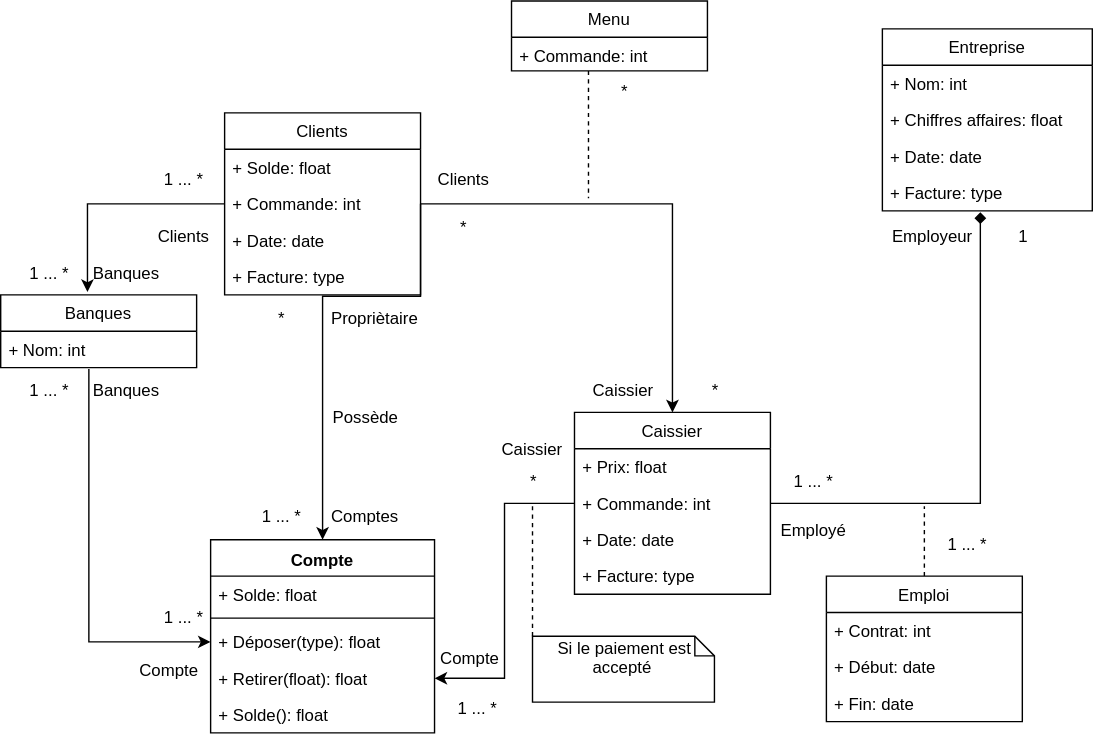
Above: andhanouni/Usecase_diagramme_de_classe.svg in tagouth/GSI-AVUN_18-20 (draw.io), before the change. Source tidied: cells renumbered, new cells last; positions are measured from the earlier drawing's top-left corner, leaving out a move shared by most shapes.
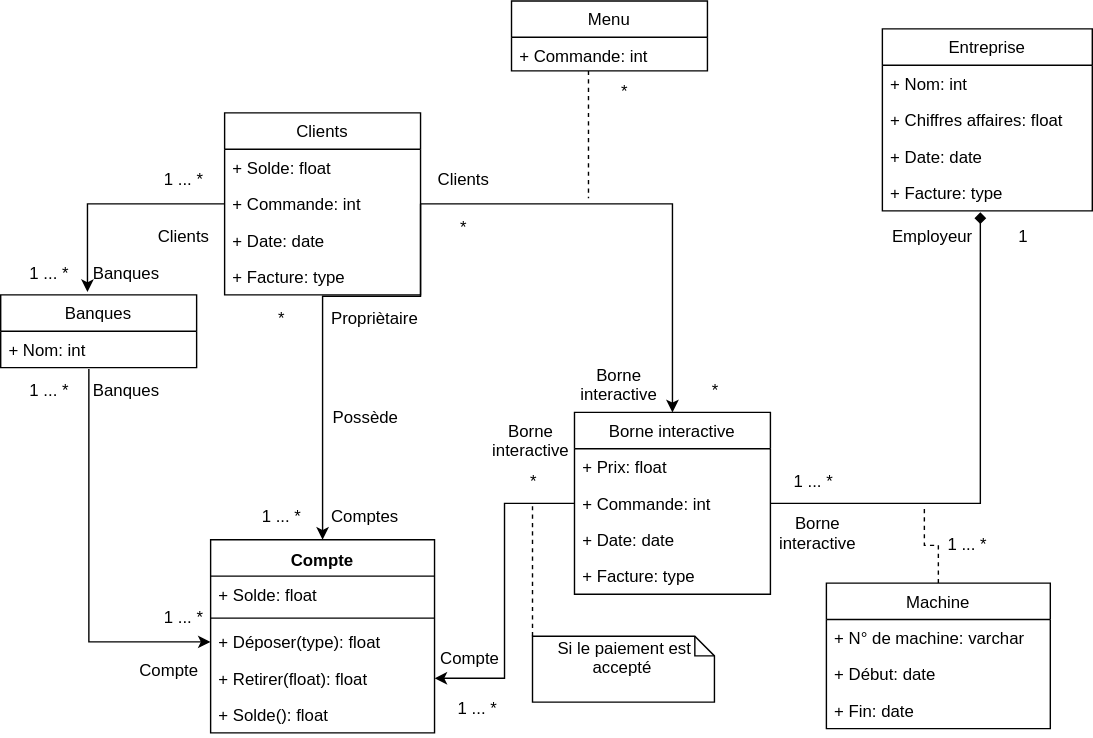
After the change.

Commit message:
Use_case_Borne_interactive

Diff of the diagram source:
```diff
@@ -17,7 +17,7 @@
     <mxCell id="6" value="+ Facture: type" style="text;strokeColor=none;fillColor=none;align=left;verticalAlign=top;spacingLeft=4;spacingRight=4;overflow=hidden;" parent="2" vertex="1">
       <mxGeometry y="104" width="140" height="26" as="geometry" />
     </mxCell>
-    <mxCell id="7" value="Caissier" style="swimlane;fontStyle=0;horizontal=1;startSize=26;fillColor=none;" parent="1" vertex="1">
+    <mxCell id="7" value="Borne interactive" style="swimlane;fontStyle=0;horizontal=1;startSize=26;fillColor=none;" parent="1" vertex="1">
       <mxGeometry x="410" y="294" width="140" height="130" as="geometry" />
     </mxCell>
     <mxCell id="8" value="+ Prix: float" style="text;strokeColor=none;fillColor=none;align=left;verticalAlign=top;spacingLeft=4;spacingRight=4;overflow=hidden;" parent="7" vertex="1">
@@ -37,17 +37,17 @@
         <mxPoint x="660" y="361" as="targetPoint" />
       </mxGeometry>
     </mxCell>
-    <mxCell id="13" value="Emploi" style="swimlane;fontStyle=0;horizontal=1;startSize=26;fillColor=none;" parent="1" vertex="1">
-      <mxGeometry x="590" y="411" width="140" height="104" as="geometry" />
+    <mxCell id="13" value="Machine" style="swimlane;fontStyle=0;horizontal=1;startSize=26;fillColor=none;" parent="1" vertex="1">
+      <mxGeometry x="590" y="416" width="160" height="104" as="geometry" />
     </mxCell>
-    <mxCell id="14" value="+ Contrat: int" style="text;strokeColor=none;fillColor=none;align=left;verticalAlign=top;spacingLeft=4;spacingRight=4;overflow=hidden;" parent="13" vertex="1">
-      <mxGeometry y="26" width="140" height="26" as="geometry" />
+    <mxCell id="14" value="+ N° de machine: varchar" style="text;strokeColor=none;fillColor=none;align=left;verticalAlign=top;spacingLeft=4;spacingRight=4;overflow=hidden;" parent="13" vertex="1">
+      <mxGeometry y="26" width="160" height="26" as="geometry" />
     </mxCell>
     <mxCell id="15" value="+ Début: date" style="text;strokeColor=none;fillColor=none;align=left;verticalAlign=top;spacingLeft=4;spacingRight=4;overflow=hidden;" parent="13" vertex="1">
-      <mxGeometry y="52" width="140" height="26" as="geometry" />
+      <mxGeometry y="52" width="160" height="26" as="geometry" />
     </mxCell>
     <mxCell id="16" value="+ Fin: date" style="text;strokeColor=none;fillColor=none;align=left;verticalAlign=top;spacingLeft=4;spacingRight=4;overflow=hidden;" parent="13" vertex="1">
-      <mxGeometry y="78" width="140" height="26" as="geometry" />
+      <mxGeometry y="78" width="160" height="26" as="geometry" />
     </mxCell>
     <mxCell id="17" value="Compte" style="swimlane;fontStyle=1;align=center;verticalAlign=top;horizontal=1;startSize=26;" parent="1" vertex="1">
       <mxGeometry x="150" y="385" width="160" height="138" as="geometry" />
@@ -160,14 +160,11 @@
     <mxCell id="49" value="1 ... *" style="text;html=1;strokeColor=none;fillColor=none;align=center;verticalAlign=middle;whiteSpace=wrap;rounded=0;" parent="1" vertex="1">
       <mxGeometry x="560" y="333" width="40" height="20" as="geometry" />
     </mxCell>
-    <mxCell id="50" value="Employé" style="text;html=1;strokeColor=none;fillColor=none;align=center;verticalAlign=middle;whiteSpace=wrap;rounded=0;" parent="1" vertex="1">
-      <mxGeometry x="560" y="368" width="40" height="20" as="geometry" />
-    </mxCell>
     <mxCell id="51" value="1" style="text;html=1;strokeColor=none;fillColor=none;align=center;verticalAlign=middle;whiteSpace=wrap;rounded=0;" parent="1" vertex="1">
       <mxGeometry x="710" y="158" width="40" height="20" as="geometry" />
     </mxCell>
-    <mxCell id="52" value="Caissier" style="text;html=1;strokeColor=none;fillColor=none;align=center;verticalAlign=middle;whiteSpace=wrap;rounded=0;" parent="1" vertex="1">
-      <mxGeometry x="425" y="268" width="40" height="20" as="geometry" />
+    <mxCell id="52" value="Borne interactive" style="text;html=1;strokeColor=none;fillColor=none;align=center;verticalAlign=middle;whiteSpace=wrap;rounded=0;" parent="1" vertex="1">
+      <mxGeometry x="422" y="264" width="40" height="20" as="geometry" />
     </mxCell>
     <mxCell id="53" value="*" style="text;html=1;strokeColor=none;fillColor=none;align=center;verticalAlign=middle;whiteSpace=wrap;rounded=0;" parent="1" vertex="1">
       <mxGeometry x="310" y="151" width="40" height="20" as="geometry" />
@@ -193,9 +190,6 @@
     <mxCell id="60" value="*" style="text;html=1;strokeColor=none;fillColor=none;align=center;verticalAlign=middle;whiteSpace=wrap;rounded=0;" parent="1" vertex="1">
       <mxGeometry x="490" y="268" width="40" height="20" as="geometry" />
     </mxCell>
-    <mxCell id="61" value="Caissier" style="text;html=1;strokeColor=none;fillColor=none;align=center;verticalAlign=middle;whiteSpace=wrap;rounded=0;" parent="1" vertex="1">
-      <mxGeometry x="360" y="310" width="40" height="20" as="geometry" />
-    </mxCell>
     <mxCell id="62" style="edgeStyle=orthogonalEdgeStyle;rounded=0;html=1;exitX=1;exitY=0.5;exitDx=0;exitDy=0;entryX=0.5;entryY=0;entryDx=0;entryDy=0;startArrow=none;startFill=0;endArrow=classic;endFill=1;jettySize=auto;" parent="1" edge="1" source="4" target="17">
       <mxGeometry relative="1" as="geometry">
         <Array as="points">
@@ -219,5 +213,11 @@
     <mxCell id="67" value="Possède" style="text;html=1;strokeColor=none;fillColor=none;align=center;verticalAlign=middle;whiteSpace=wrap;rounded=0;" parent="1" vertex="1">
       <mxGeometry x="240" y="287" width="40" height="20" as="geometry" />
     </mxCell>
+    <mxCell id="68" value="Borne interactive" style="text;html=1;strokeColor=none;fillColor=none;align=center;verticalAlign=middle;whiteSpace=wrap;rounded=0;" parent="1" vertex="1">
+      <mxGeometry x="359" y="304" width="40" height="20" as="geometry" />
+    </mxCell>
+    <mxCell id="69" value="Borne interactive" style="text;html=1;strokeColor=none;fillColor=none;align=center;verticalAlign=middle;whiteSpace=wrap;rounded=0;" parent="1" vertex="1">
+      <mxGeometry x="564" y="370" width="40" height="20" as="geometry" />
+    </mxCell>
   </root>
 </mxGraphModel>
```
